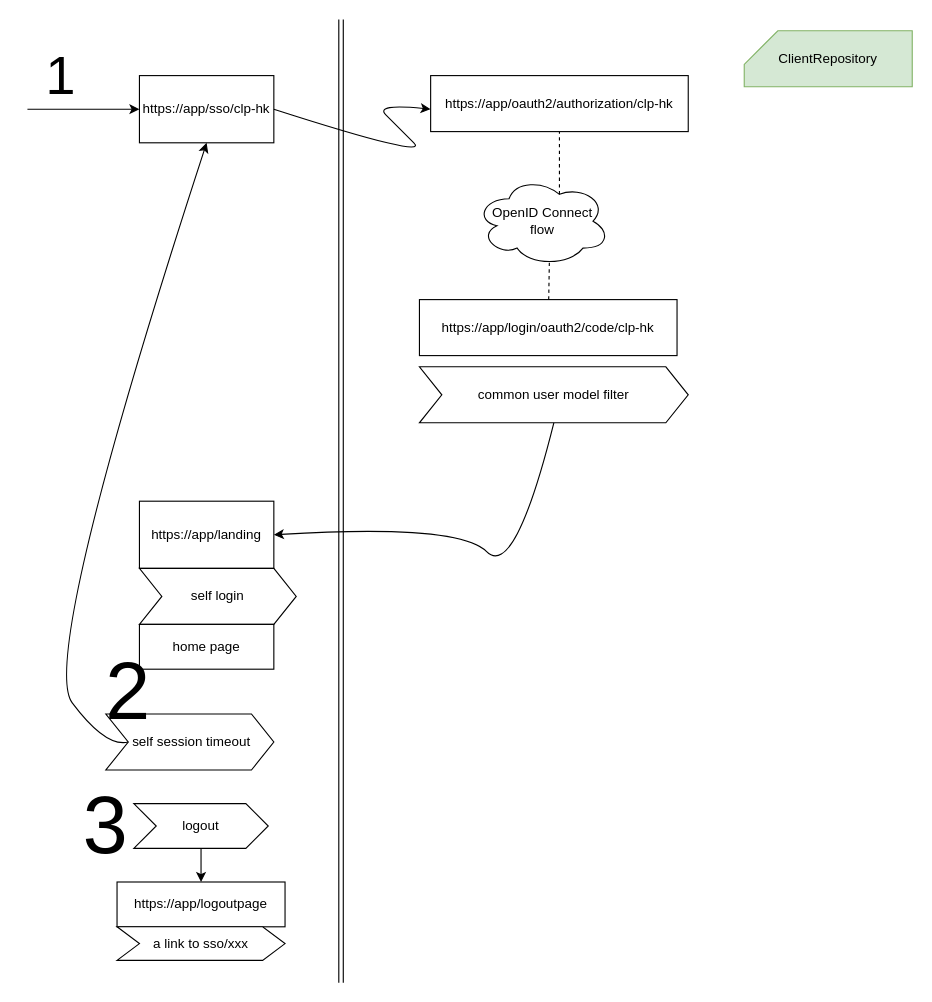
Earlier version of the draw.io diagram ssoplugin.drawio (mingisme/cube). Source tidied: cells renumbered, new cells numbered last; positions are measured from the earlier drawing's top-left corner, leaving out a move shared by most shapes. Both pictures are drawn from the tidied source at 112%, with x=0, y=0 at pixel (27, 19).
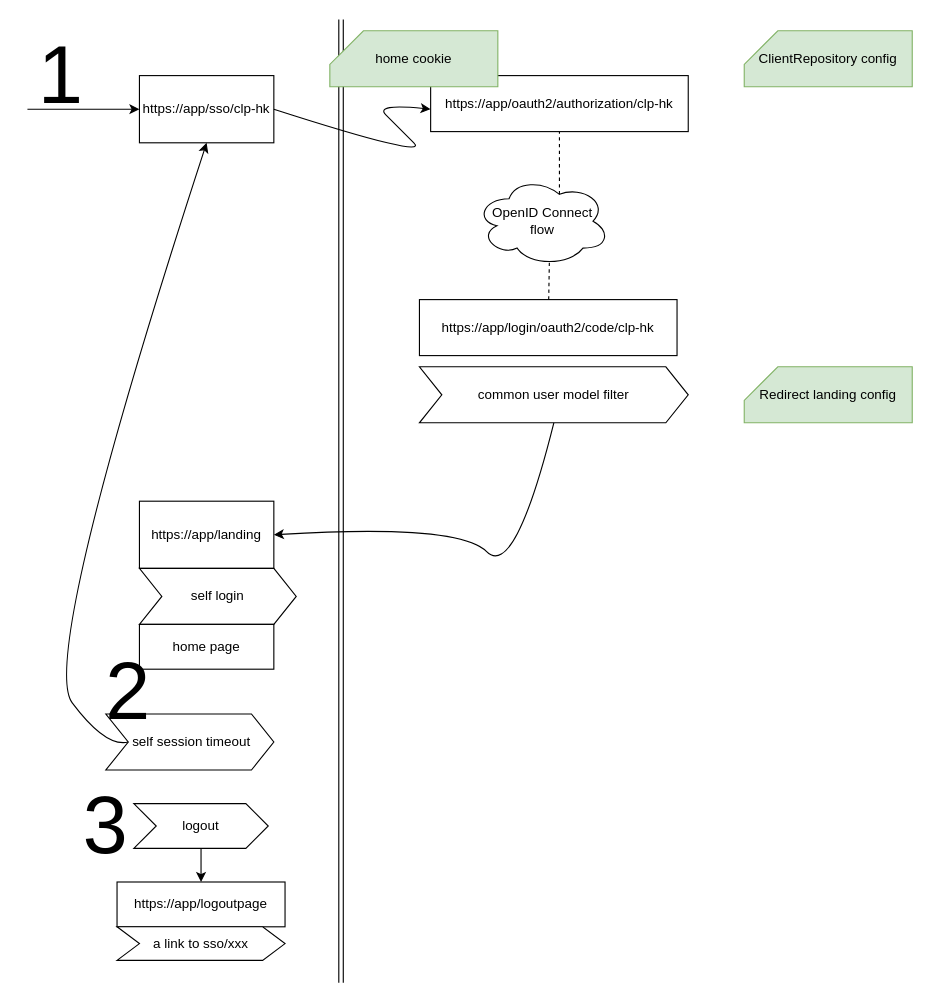
After the change.

Diff of the diagram source:
```diff
@@
-    <mxCell id="22" value="&lt;font style=&quot;font-size: 48px&quot;&gt;1&lt;/font&gt;" style="text;html=1;strokeColor=none;fillColor=none;align=center;verticalAlign=middle;whiteSpace=wrap;rounded=0;" parent="1" vertex="1">
+    <mxCell id="22" value="&lt;font style=&quot;font-size: 72px&quot;&gt;1&lt;/font&gt;" style="text;html=1;strokeColor=none;fillColor=none;align=center;verticalAlign=middle;whiteSpace=wrap;rounded=0;" parent="1" vertex="1">
       <mxGeometry x="10" y="40" width="40" height="20" as="geometry" />
     </mxCell>
@@
-    <mxCell id="25" value="ClientRepository" style="shape=card;whiteSpace=wrap;html=1;align=center;fillColor=#d5e8d4;strokeColor=#82b366;" parent="1" vertex="1">
+    <mxCell id="25" value="ClientRepository config" style="shape=card;whiteSpace=wrap;html=1;align=center;fillColor=#d5e8d4;strokeColor=#82b366;" parent="1" vertex="1">
       <mxGeometry x="640" y="10" width="150" height="50" as="geometry" />
     </mxCell>
+    <mxCell id="26" value="Redirect landing config" style="shape=card;whiteSpace=wrap;html=1;align=center;fillColor=#d5e8d4;strokeColor=#82b366;" parent="1" vertex="1">
+      <mxGeometry x="640" y="310" width="150" height="50" as="geometry" />
+    </mxCell>
+    <mxCell id="27" value="home cookie" style="shape=card;whiteSpace=wrap;html=1;align=center;fillColor=#d5e8d4;strokeColor=#82b366;" parent="1" vertex="1">
+      <mxGeometry x="270" y="10" width="150" height="50" as="geometry" />
+    </mxCell>
```
